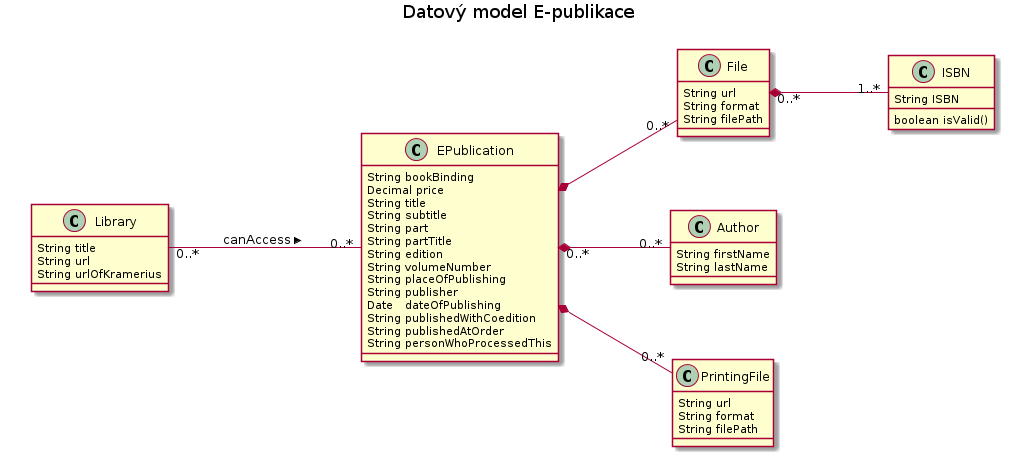
Above: docs/dm01.png in edeposit/edeposit.policy (PlantUML), before the change.
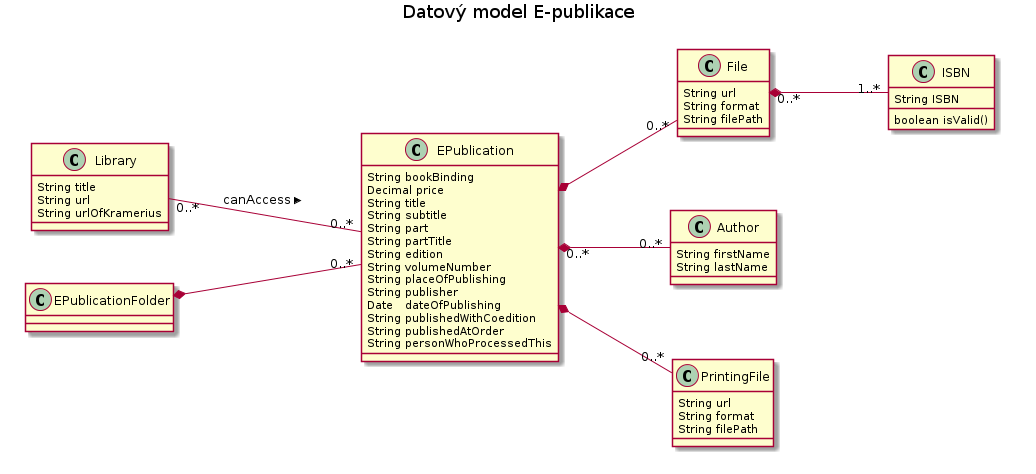
Above is the later version.

The edit, as a diff of the source:
```diff
@@ -48,11 +48,15 @@
       String personWhoProcessedThis
 }
 
+class EPublicationFolder {
+
+}
+
 Library "0..*" -- "0..*" EPublication: canAccess >
 EPublication *-- "0..*" File
 EPublication *-- "0..*" PrintingFile
 EPublication "0..*" *-- "0..*" Author
 File "0..*" *-- "1..*" ISBN
-
+EPublicationFolder *-- "0..*" EPublication
 
 @enduml
```
